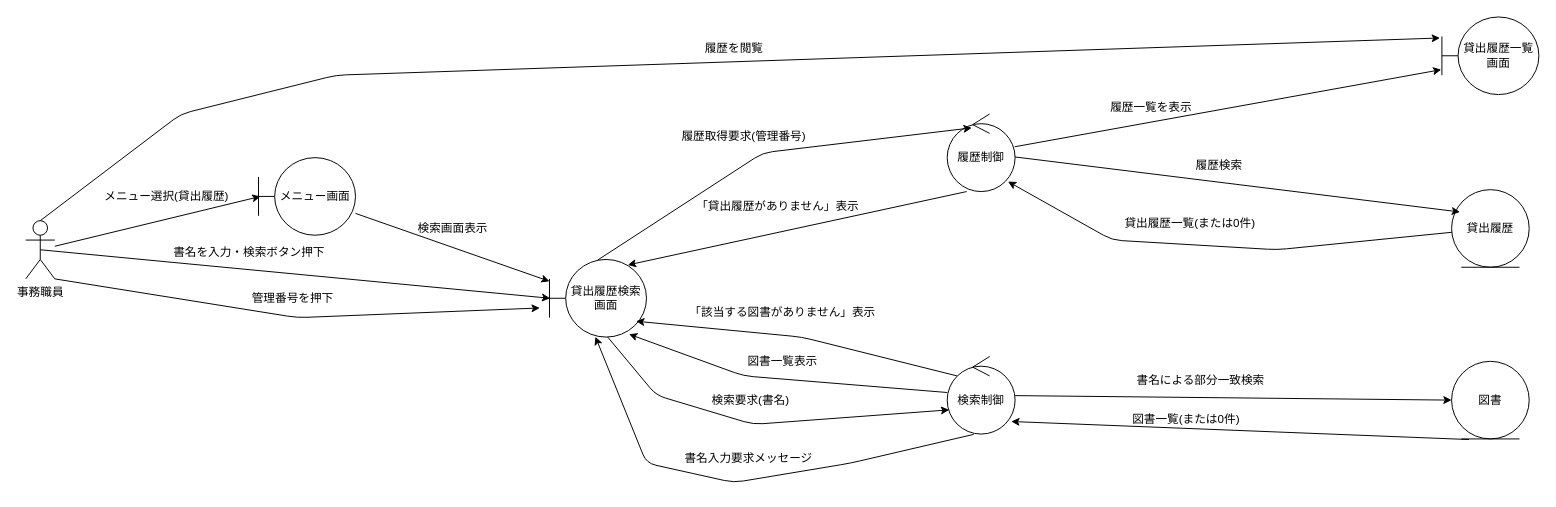
Above: kouka2_library/analysis_04_view.drawio in ghbuser12/ohara_uml (draw.io), before the change. Source tidied: cells renumbered, new cells numbered last; positions are measured from the earlier drawing's top-left corner, leaving out a move shared by most shapes. Both pictures are drawn from the tidied source at 97%, with x=0, y=0 at pixel (25, 16).
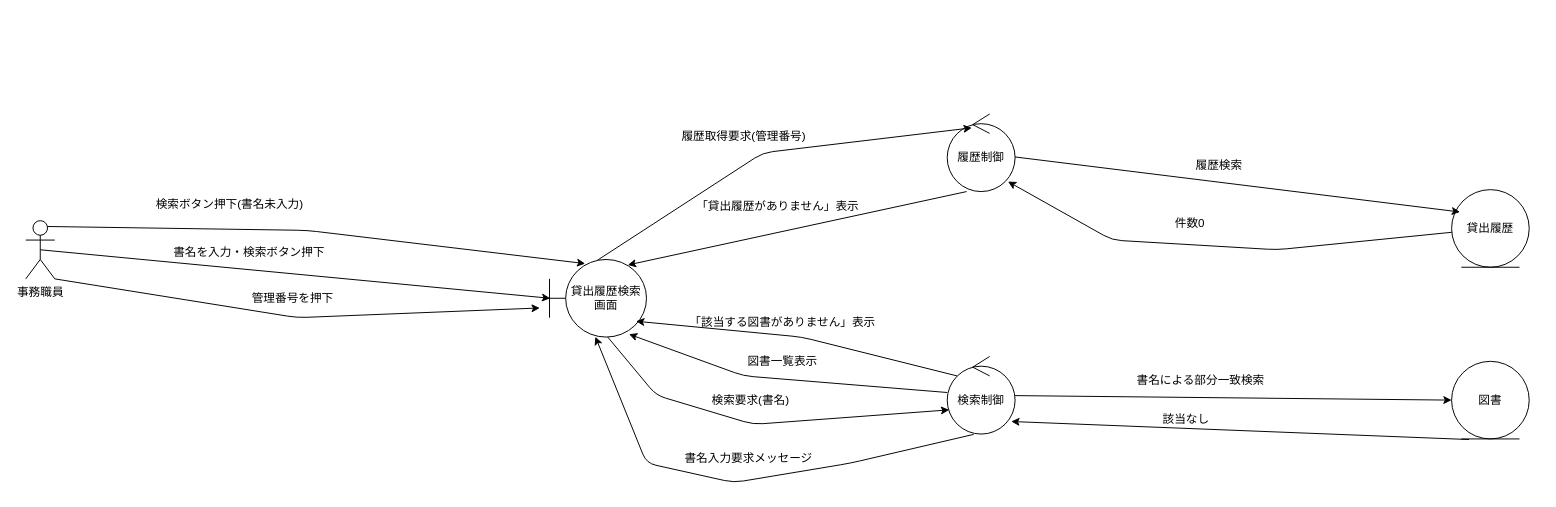
Above is the later version.

The change refers to these unchanged cells:
```xml
<mxCell id="2" value="事務職員" style="shape=umlActor;verticalLabelPosition=bottom;verticalAlign=top;html=1;" parent="1" vertex="1">
  <mxGeometry y="210" width="30" height="60" as="geometry" />
</mxCell>
<mxCell id="7" value="貸出履歴検索画面" style="shape=umlBoundary;whiteSpace=wrap;html=1;" parent="1" vertex="1">
  <mxGeometry x="540" y="250" width="100" height="80" as="geometry" />
</mxCell>
<mxCell id="12" value="履歴制御" style="ellipse;shape=umlControl;whiteSpace=wrap;html=1;" parent="1" vertex="1">
  <mxGeometry x="950" y="100" width="70" height="80" as="geometry" />
</mxCell>
```

What changed in the source:
```diff
@@
-    <mxCell id="3" style="edgeStyle=none;html=1;" parent="1" edge="1" source="4" target="7">
-      <mxGeometry relative="1" as="geometry" />
-    </mxCell>
-    <mxCell id="4" value="メニュー画面" style="shape=umlBoundary;whiteSpace=wrap;html=1;" parent="1" vertex="1">
-      <mxGeometry x="240" y="145" width="100" height="80" as="geometry" />
-    </mxCell>
-    <mxCell id="5" style="edgeStyle=none;html=1;entryX=0.02;entryY=0.5;entryDx=0;entryDy=0;entryPerimeter=0;" parent="1" edge="1" source="2" target="4">
-      <mxGeometry relative="1" as="geometry" />
-    </mxCell>
-    <mxCell id="6" value="メニュー選択(貸出履歴)" style="text;html=1;align=center;verticalAlign=middle;strokeColor=none;fillColor=none;" parent="1" vertex="1">
-      <mxGeometry x="70" y="170" width="150" height="30" as="geometry" />
-    </mxCell>
@@
-    <mxCell id="16" value="貸出履歴一覧画面" style="shape=umlBoundary;whiteSpace=wrap;html=1;" parent="1" vertex="1">
-      <mxGeometry x="1460" width="100" height="80" as="geometry" />
-    </mxCell>
-    <mxCell id="17" style="edgeStyle=none;html=1;entryX=-0.007;entryY=0.679;entryDx=0;entryDy=0;entryPerimeter=0;" parent="1" edge="1" source="12" target="16">
-      <mxGeometry relative="1" as="geometry" />
-    </mxCell>
-    <mxCell id="18" value="履歴一覧を表示" style="text;html=1;align=center;verticalAlign=middle;strokeColor=none;fillColor=none;" parent="1" vertex="1">
-      <mxGeometry x="1105" y="78" width="110" height="30" as="geometry" />
-    </mxCell>
-    <mxCell id="19" style="edgeStyle=none;html=1;exitX=0.5;exitY=0;exitDx=0;exitDy=0;exitPerimeter=0;entryX=-0.02;entryY=0.271;entryDx=0;entryDy=0;entryPerimeter=0;" parent="1" edge="1" source="2" target="16">
-      <mxGeometry relative="1" as="geometry">
-        <Array as="points">
-          <mxPoint x="160" y="100" />
-          <mxPoint x="320" y="60" />
-        </Array>
-      </mxGeometry>
-    </mxCell>
@@
-    <mxCell id="24" value="貸出履歴一覧(または0件)" style="text;html=1;align=center;verticalAlign=middle;strokeColor=none;fillColor=none;" parent="1" vertex="1">
-      <mxGeometry x="1120" y="198" width="160" height="30" as="geometry" />
+    <mxCell id="24" value="件数0" style="text;html=1;align=center;verticalAlign=middle;strokeColor=none;fillColor=none;" parent="1" vertex="1">
+      <mxGeometry x="1175" y="198" width="50" height="30" as="geometry" />
     </mxCell>
@@
     <mxCell id="32" value="「該当する図書がありません」表示" style="text;html=1;align=center;verticalAlign=middle;strokeColor=none;fillColor=none;" parent="1" vertex="1">
-      <mxGeometry x="670" y="290" width="220" height="30" as="geometry" />
+      <mxGeometry x="670" y="300" width="220" height="30" as="geometry" />
     </mxCell>
@@
-    <mxCell id="38" value="図書一覧(または0件)" style="text;html=1;align=center;verticalAlign=middle;strokeColor=none;fillColor=none;" parent="1" vertex="1">
-      <mxGeometry x="1131" y="400" width="130" height="30" as="geometry" />
+    <mxCell id="38" value="該当なし" style="text;html=1;align=center;verticalAlign=middle;strokeColor=none;fillColor=none;" parent="1" vertex="1">
+      <mxGeometry x="1161" y="400" width="70" height="30" as="geometry" />
     </mxCell>
-    <mxCell id="39" value="履歴を閲覧" style="text;html=1;align=center;verticalAlign=middle;strokeColor=none;fillColor=none;" parent="1" vertex="1">
-      <mxGeometry x="690" y="18" width="80" height="30" as="geometry" />
-    </mxCell>
-    <mxCell id="40" value="検索画面表示" style="text;html=1;align=center;verticalAlign=middle;strokeColor=none;fillColor=none;" parent="1" vertex="1">
-      <mxGeometry x="390" y="203" width="100" height="30" as="geometry" />
-    </mxCell>
@@
+    <mxCell id="42" style="edgeStyle=none;html=1;exitX=0.75;exitY=0.1;exitDx=0;exitDy=0;exitPerimeter=0;entryX=0.368;entryY=0.053;entryDx=0;entryDy=0;entryPerimeter=0;" parent="1" edge="1" source="2" target="7">
+      <mxGeometry relative="1" as="geometry">
+        <Array as="points">
+          <mxPoint x="290" y="220" />
+        </Array>
+      </mxGeometry>
+    </mxCell>
+    <mxCell id="43" value="検索ボタン押下(書名未入力)" style="text;html=1;align=center;verticalAlign=middle;strokeColor=none;fillColor=none;" parent="1" vertex="1">
+      <mxGeometry x="120" y="178" width="180" height="30" as="geometry" />
+    </mxCell>
```
